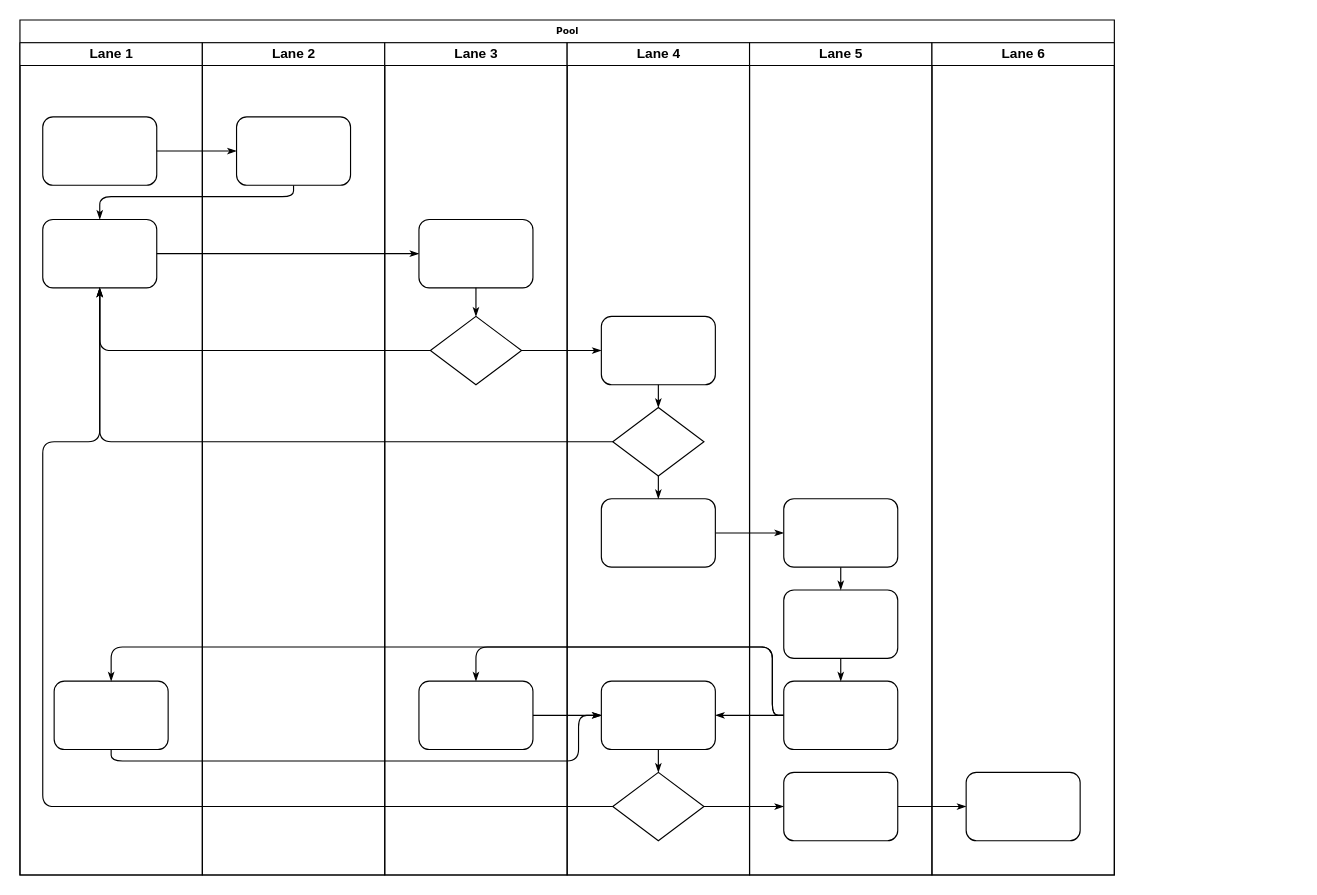
Before: Untitled Diagram.drawio in dk333/hello-world, a draw.io diagram. Source tidied: cells renumbered, new cells numbered last; positions are measured from the earlier drawing's top-left corner, leaving out a move shared by most shapes. Both pictures are drawn from the tidied source at 114%, with x=0, y=0 at pixel (19, 19).
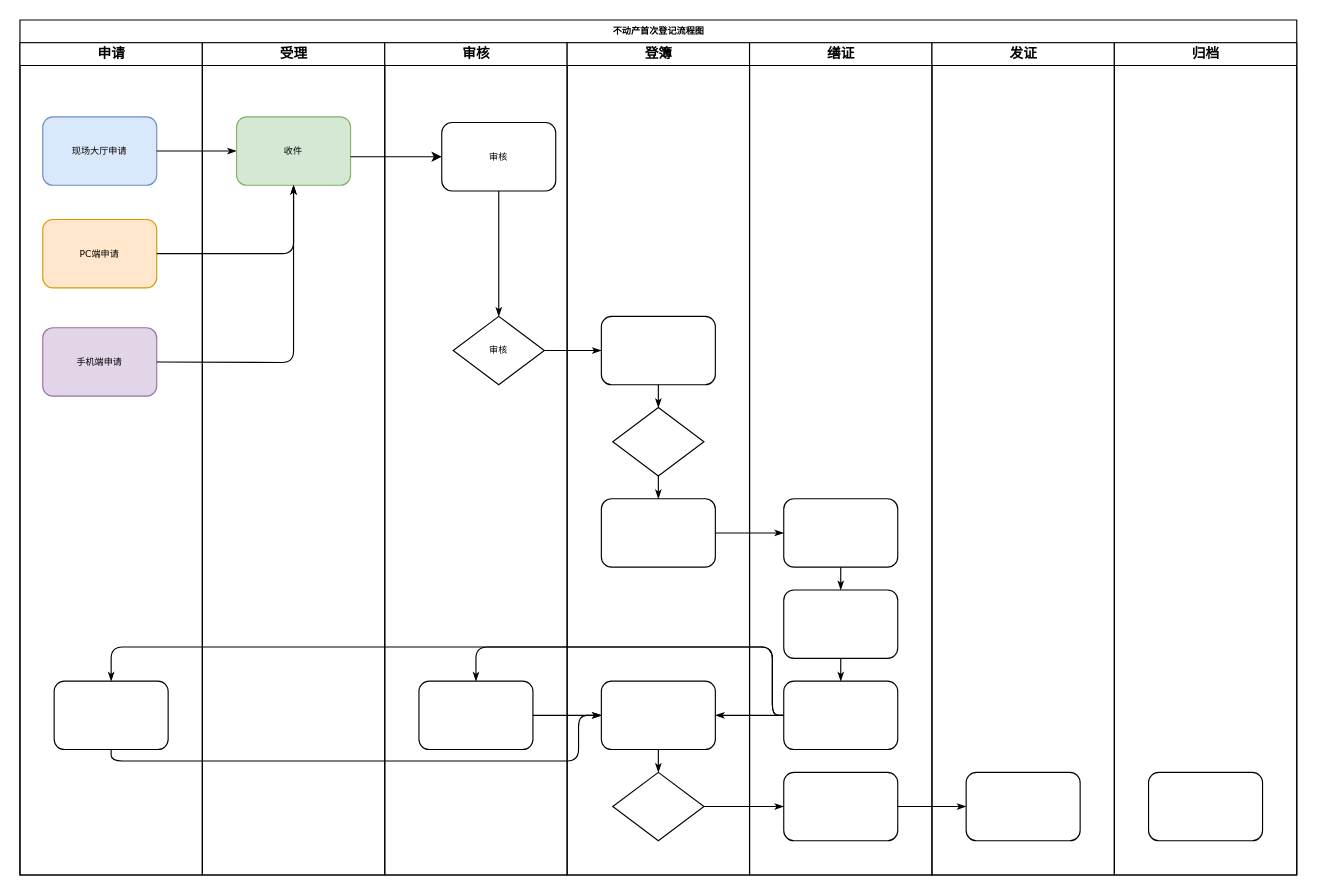
The same diagram, later.

Unchanged cells that the change refers to:
```xml
<mxCell id="31" style="rhombus;whiteSpace=wrap;html=1;rounded=0;shadow=0;labelBackgroundColor=none;strokeWidth=1;fontFamily=Verdana;fontSize=8;align=center;" parent="29" vertex="1">
  <mxGeometry x="40" y="320" width="80" height="60" as="geometry" />
</mxCell>
<mxCell id="34" style="rhombus;whiteSpace=wrap;html=1;rounded=0;shadow=0;labelBackgroundColor=none;strokeWidth=1;fontFamily=Verdana;fontSize=8;align=center;" parent="29" vertex="1">
  <mxGeometry x="40" y="640" width="80" height="60" as="geometry" />
</mxCell>
```

What changed in the source:
```diff
@@
-    <mxCell id="2" value="Pool" style="swimlane;html=1;startSize=20;rounded=0;shadow=0;labelBackgroundColor=none;strokeWidth=1;fontFamily=Verdana;fontSize=8;align=center;" parent="1" vertex="1">
-      <mxGeometry width="960" height="750" as="geometry" />
+    <mxCell id="2" value="不动产首次登记流程图" style="swimlane;html=1;startSize=20;rounded=0;shadow=0;labelBackgroundColor=none;strokeWidth=1;fontFamily=Verdana;fontSize=8;align=center;" parent="1" vertex="1">
+      <mxGeometry width="1120" height="750" as="geometry" />
     </mxCell>
-    <mxCell id="3" value="Lane 1" style="swimlane;html=1;startSize=20;" parent="2" vertex="1">
+    <mxCell id="3" value="申请" style="swimlane;html=1;startSize=20;" parent="2" vertex="1">
       <mxGeometry y="20" width="160" height="730" as="geometry" />
     </mxCell>
-    <mxCell id="4" style="rounded=1;whiteSpace=wrap;html=1;shadow=0;labelBackgroundColor=none;strokeWidth=1;fontFamily=Verdana;fontSize=8;align=center;" parent="3" vertex="1">
+    <mxCell id="4" value="现场大厅申请" style="rounded=1;whiteSpace=wrap;html=1;shadow=0;labelBackgroundColor=none;strokeWidth=1;fontFamily=Verdana;fontSize=8;align=center;fillColor=#dae8fc;strokeColor=#6c8ebf;" parent="3" vertex="1">
       <mxGeometry x="20" y="65" width="100" height="60" as="geometry" />
     </mxCell>
-    <mxCell id="5" style="rounded=1;whiteSpace=wrap;html=1;shadow=0;labelBackgroundColor=none;strokeWidth=1;fontFamily=Verdana;fontSize=8;align=center;" parent="3" vertex="1">
+    <mxCell id="5" value="PC端申请" style="rounded=1;whiteSpace=wrap;html=1;shadow=0;labelBackgroundColor=none;strokeWidth=1;fontFamily=Verdana;fontSize=8;align=center;fillColor=#ffe6cc;strokeColor=#d79b00;" parent="3" vertex="1">
       <mxGeometry x="20" y="155" width="100" height="60" as="geometry" />
     </mxCell>
@@
+    <mxCell id="47" value="手机端申请" style="rounded=1;whiteSpace=wrap;html=1;shadow=0;labelBackgroundColor=none;strokeWidth=1;fontFamily=Verdana;fontSize=8;align=center;fillColor=#e1d5e7;strokeColor=#9673a6;" parent="3" vertex="1">
+      <mxGeometry x="20" y="250" width="100" height="60" as="geometry" />
+    </mxCell>
@@
-    <mxCell id="8" style="edgeStyle=orthogonalEdgeStyle;rounded=1;html=1;labelBackgroundColor=none;startArrow=none;startFill=0;startSize=5;endArrow=classicThin;endFill=1;endSize=5;jettySize=auto;strokeWidth=1;fontFamily=Verdana;fontSize=8;" parent="2" edge="1" source="23" target="5">
-      <mxGeometry relative="1" as="geometry">
-        <Array as="points">
-          <mxPoint x="240" y="155" />
-          <mxPoint x="70" y="155" />
-        </Array>
-      </mxGeometry>
-    </mxCell>
-    <mxCell id="9" style="edgeStyle=orthogonalEdgeStyle;rounded=1;html=1;labelBackgroundColor=none;startArrow=none;startFill=0;startSize=5;endArrow=classicThin;endFill=1;endSize=5;jettySize=auto;strokeWidth=1;fontFamily=Verdana;fontSize=8;" parent="2" edge="1" source="5" target="25">
+    <mxCell id="9" style="edgeStyle=orthogonalEdgeStyle;rounded=1;html=1;labelBackgroundColor=none;startArrow=none;startFill=0;startSize=5;endArrow=classicThin;endFill=1;endSize=5;jettySize=auto;strokeWidth=1;fontFamily=Verdana;fontSize=8;entryX=0.5;entryY=1;entryDx=0;entryDy=0;" parent="2" edge="1" source="5" target="23">
       <mxGeometry relative="1" as="geometry" />
     </mxCell>
-    <mxCell id="10" style="edgeStyle=orthogonalEdgeStyle;rounded=1;html=1;labelBackgroundColor=none;startArrow=none;startFill=0;startSize=5;endArrow=classicThin;endFill=1;endSize=5;jettySize=auto;strokeWidth=1;fontFamily=Verdana;fontSize=8;" parent="2" edge="1" source="26" target="5">
-      <mxGeometry relative="1" as="geometry" />
-    </mxCell>
-    <mxCell id="11" style="edgeStyle=orthogonalEdgeStyle;rounded=1;html=1;labelBackgroundColor=none;startArrow=none;startFill=0;startSize=5;endArrow=classicThin;endFill=1;endSize=5;jettySize=auto;strokeWidth=1;fontFamily=Verdana;fontSize=8;" parent="2" edge="1" source="31" target="5">
-      <mxGeometry relative="1" as="geometry" />
-    </mxCell>
-    <mxCell id="12" style="edgeStyle=orthogonalEdgeStyle;rounded=1;html=1;labelBackgroundColor=none;startArrow=none;startFill=0;startSize=5;endArrow=classicThin;endFill=1;endSize=5;jettySize=auto;strokeWidth=1;fontFamily=Verdana;fontSize=8;" parent="2" edge="1" source="34" target="5">
-      <mxGeometry relative="1" as="geometry">
-        <Array as="points">
-          <mxPoint x="20" y="690" />
-          <mxPoint x="20" y="370" />
-          <mxPoint x="70" y="370" />
-        </Array>
-      </mxGeometry>
-    </mxCell>
@@
-    <mxCell id="22" value="Lane 2" style="swimlane;html=1;startSize=20;" parent="2" vertex="1">
+    <mxCell id="22" value="受理" style="swimlane;html=1;startSize=20;" parent="2" vertex="1">
       <mxGeometry x="160" y="20" width="160" height="730" as="geometry" />
     </mxCell>
-    <mxCell id="23" style="rounded=1;whiteSpace=wrap;html=1;shadow=0;labelBackgroundColor=none;strokeWidth=1;fontFamily=Verdana;fontSize=8;align=center;" parent="22" vertex="1">
+    <mxCell id="23" value="收件" style="rounded=1;whiteSpace=wrap;html=1;shadow=0;labelBackgroundColor=none;strokeWidth=1;fontFamily=Verdana;fontSize=8;align=center;fillColor=#d5e8d4;strokeColor=#82b366;" parent="22" vertex="1">
       <mxGeometry x="30" y="65" width="100" height="60" as="geometry" />
     </mxCell>
+    <mxCell id="48" style="endArrow=classic;html=1;" parent="22" edge="1">
+      <mxGeometry relative="1" as="geometry">
+        <mxPoint x="130" y="100" as="sourcePoint" />
+        <mxPoint x="210" y="100" as="targetPoint" />
+      </mxGeometry>
+    </mxCell>
+    <mxCell id="49" style="edgeStyle=orthogonalEdgeStyle;rounded=1;html=1;labelBackgroundColor=none;startArrow=none;startFill=0;startSize=5;endArrow=classicThin;endFill=1;endSize=5;jettySize=auto;strokeWidth=1;fontFamily=Verdana;fontSize=8;entryX=0.5;entryY=1;entryDx=0;entryDy=0;" parent="22" edge="1" target="23">
+      <mxGeometry relative="1" as="geometry">
+        <mxPoint x="-40" y="280" as="sourcePoint" />
+      </mxGeometry>
+    </mxCell>
-    <mxCell id="24" value="Lane 3" style="swimlane;html=1;startSize=20;" parent="2" vertex="1">
+    <mxCell id="24" value="审核" style="swimlane;html=1;startSize=20;" parent="2" vertex="1">
       <mxGeometry x="320" y="20" width="160" height="730" as="geometry" />
     </mxCell>
-    <mxCell id="25" style="rounded=1;whiteSpace=wrap;html=1;shadow=0;labelBackgroundColor=none;strokeWidth=1;fontFamily=Verdana;fontSize=8;align=center;" parent="24" vertex="1">
-      <mxGeometry x="30" y="155" width="100" height="60" as="geometry" />
+    <mxCell id="25" value="审核" style="rounded=1;whiteSpace=wrap;html=1;shadow=0;labelBackgroundColor=none;strokeWidth=1;fontFamily=Verdana;fontSize=8;align=center;" parent="24" vertex="1">
+      <mxGeometry x="50" y="70" width="100" height="60" as="geometry" />
     </mxCell>
-    <mxCell id="26" style="rhombus;whiteSpace=wrap;html=1;rounded=0;shadow=0;labelBackgroundColor=none;strokeWidth=1;fontFamily=Verdana;fontSize=8;align=center;" parent="24" vertex="1">
-      <mxGeometry x="40" y="240" width="80" height="60" as="geometry" />
+    <mxCell id="26" value="审核" style="rhombus;whiteSpace=wrap;html=1;rounded=0;shadow=0;labelBackgroundColor=none;strokeWidth=1;fontFamily=Verdana;fontSize=8;align=center;" parent="24" vertex="1">
+      <mxGeometry x="60" y="240" width="80" height="60" as="geometry" />
     </mxCell>
@@
-    <mxCell id="29" value="Lane 4" style="swimlane;html=1;startSize=20;" parent="2" vertex="1">
+    <mxCell id="29" value="登簿" style="swimlane;html=1;startSize=20;" parent="2" vertex="1">
       <mxGeometry x="480" y="20" width="160" height="730" as="geometry" />
     </mxCell>
@@
-    <mxCell id="38" value="Lane 5" style="swimlane;html=1;startSize=20;" parent="2" vertex="1">
+    <mxCell id="38" value="缮证" style="swimlane;html=1;startSize=20;" parent="2" vertex="1">
       <mxGeometry x="640" y="20" width="160" height="730" as="geometry" />
     </mxCell>
@@
-    <mxCell id="45" value="Lane 6" style="swimlane;html=1;startSize=20;" parent="2" vertex="1">
+    <mxCell id="45" value="发证" style="swimlane;html=1;startSize=20;" parent="2" vertex="1">
       <mxGeometry x="800" y="20" width="160" height="730" as="geometry" />
     </mxCell>
@@
+    <mxCell id="50" value="归档" style="swimlane;html=1;startSize=20;" parent="1" vertex="1">
+      <mxGeometry x="960" y="20" width="160" height="730" as="geometry" />
+    </mxCell>
+    <mxCell id="51" style="rounded=1;whiteSpace=wrap;html=1;shadow=0;labelBackgroundColor=none;strokeWidth=1;fontFamily=Verdana;fontSize=8;align=center;" parent="50" vertex="1">
+      <mxGeometry x="30" y="640" width="100" height="60" as="geometry" />
+    </mxCell>
```
